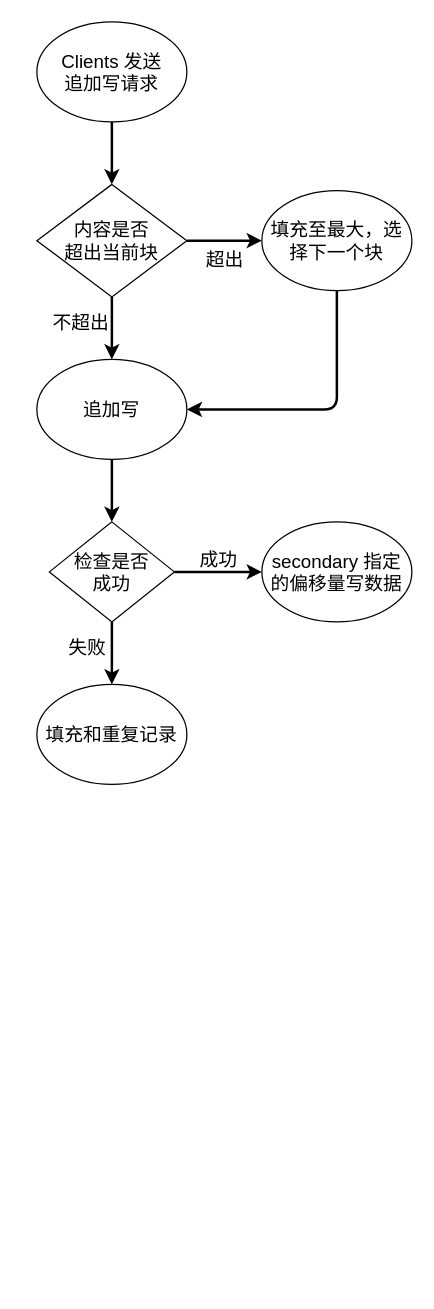
The draw.io diagram atomic record append.drawio in ywq1113/scripts, before the edit. Source tidied: cells renumbered, new cells numbered last; positions are measured from the earlier drawing's top-left corner, leaving out a move shared by most shapes. Both pictures are drawn from the tidied source at 125%, with x=0, y=0 at pixel (36, 21).
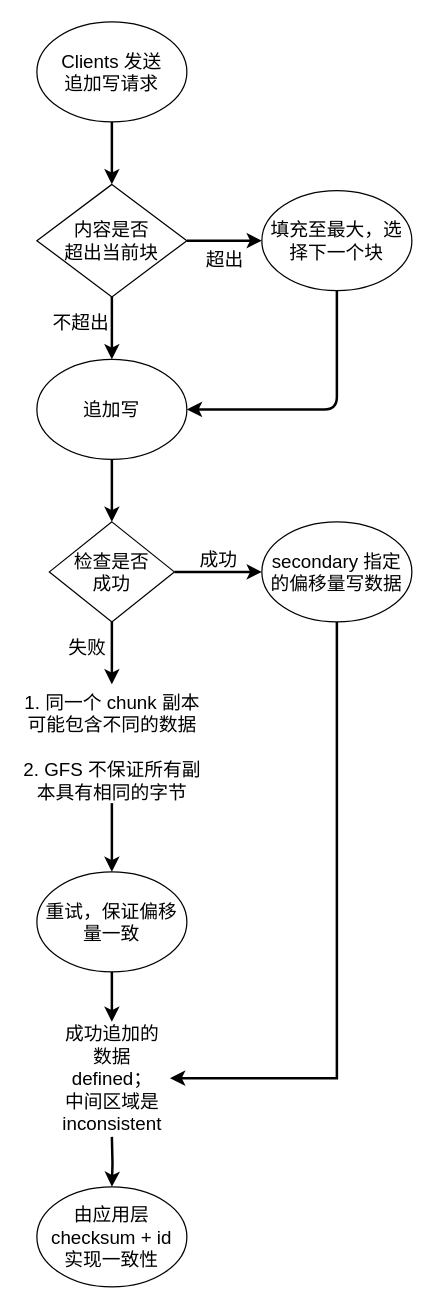
The same diagram, later.

The change refers to these unchanged cells:
```xml
<mxCell id="6" value="&lt;font style=&quot;font-size: 15px&quot;&gt;检查是否&lt;br&gt;成功&lt;/font&gt;" style="rhombus;whiteSpace=wrap;html=1;" parent="1" vertex="1">
  <mxGeometry x="10" y="400" width="100" height="80" as="geometry" />
</mxCell>
<mxCell id="16" value="&lt;font style=&quot;font-size: 15px&quot;&gt;secondary 指定的偏移量写数据&lt;/font&gt;" style="ellipse;whiteSpace=wrap;html=1;" parent="1" vertex="1">
  <mxGeometry x="180" y="400" width="120" height="80" as="geometry" />
</mxCell>
```

What changed in the source:
```diff
@@
-    <mxCell id="4" style="edgeStyle=orthogonalEdgeStyle;rounded=0;jettySize=auto;html=1;strokeWidth=2;" parent="1" edge="1" source="6" target="7">
-      <mxGeometry relative="1" as="geometry" />
+    <mxCell id="4" style="edgeStyle=orthogonalEdgeStyle;rounded=0;jettySize=auto;html=1;strokeWidth=2;" parent="1" edge="1" source="6">
+      <mxGeometry relative="1" as="geometry">
+        <mxPoint x="60" y="530" as="targetPoint" />
+      </mxGeometry>
     </mxCell>
@@
-    <mxCell id="7" value="&lt;font style=&quot;font-size: 15px&quot;&gt;填充和重复记录&lt;/font&gt;" style="ellipse;whiteSpace=wrap;html=1;" parent="1" vertex="1">
-      <mxGeometry y="530" width="120" height="80" as="geometry" />
-    </mxCell>
@@
+    <mxCell id="20" style="edgeStyle=orthogonalEdgeStyle;rounded=0;jettySize=auto;html=1;strokeWidth=2;exitX=0.5;exitY=1;exitDx=0;exitDy=0;entryX=1;entryY=0.5;entryDx=0;entryDy=0;" parent="1" edge="1" source="16" target="24">
+      <mxGeometry relative="1" as="geometry">
+        <Array as="points">
+          <mxPoint x="240" y="845" />
+        </Array>
+      </mxGeometry>
+    </mxCell>
@@
+    <mxCell id="21" style="edgeStyle=orthogonalEdgeStyle;rounded=0;orthogonalLoop=1;jettySize=auto;html=1;strokeWidth=2;" parent="1" edge="1">
+      <mxGeometry relative="1" as="geometry">
+        <mxPoint x="60" y="625" as="sourcePoint" />
+        <mxPoint x="60" y="680" as="targetPoint" />
+        <Array as="points">
+          <mxPoint x="60.1" y="660" />
+        </Array>
+      </mxGeometry>
+    </mxCell>
+    <mxCell id="22" value="&lt;font style=&quot;font-size: 15px&quot;&gt;1. 同一个 chunk 副本可能包含不同的数据&lt;br&gt;&lt;br&gt;2. GFS 不保证所有副本具有相同的字节&lt;br&gt;&lt;/font&gt;" style="text;html=1;strokeColor=none;fillColor=none;align=center;verticalAlign=middle;whiteSpace=wrap;rounded=0;" parent="1" vertex="1">
+      <mxGeometry x="-12.5" y="535" width="145" height="90" as="geometry" />
+    </mxCell>
+    <mxCell id="23" style="edgeStyle=orthogonalEdgeStyle;rounded=0;jettySize=auto;html=1;strokeWidth=2;" parent="1" edge="1" target="25">
+      <mxGeometry relative="1" as="geometry">
+        <mxPoint x="60" y="892" as="sourcePoint" />
+      </mxGeometry>
+    </mxCell>
+    <mxCell id="24" value="&lt;font style=&quot;font-size: 15px&quot;&gt;成功追加的&lt;br&gt;数据defined；&lt;br&gt;中间区域是&lt;br&gt;inconsistent&lt;br&gt;&lt;/font&gt;" style="text;html=1;strokeColor=none;fillColor=none;align=center;verticalAlign=middle;whiteSpace=wrap;rounded=0;" parent="1" vertex="1">
+      <mxGeometry x="14" y="810" width="92.5" height="70" as="geometry" />
+    </mxCell>
+    <mxCell id="25" value="&lt;font style=&quot;font-size: 15px&quot;&gt;由应用层checksum + id&lt;br&gt;实现一致性&lt;br&gt;&lt;/font&gt;" style="ellipse;whiteSpace=wrap;html=1;" parent="1" vertex="1">
+      <mxGeometry y="932" width="120" height="80" as="geometry" />
+    </mxCell>
+    <mxCell id="26" style="edgeStyle=orthogonalEdgeStyle;rounded=0;jettySize=auto;html=1;strokeWidth=2;" parent="1" edge="1" source="27">
+      <mxGeometry relative="1" as="geometry">
+        <mxPoint x="60" y="800" as="targetPoint" />
+      </mxGeometry>
+    </mxCell>
+    <mxCell id="27" value="&lt;font style=&quot;font-size: 15px&quot;&gt;重试，保证偏移量一致&lt;/font&gt;" style="ellipse;whiteSpace=wrap;html=1;" parent="1" vertex="1">
+      <mxGeometry y="680" width="120" height="80" as="geometry" />
+    </mxCell>
```
